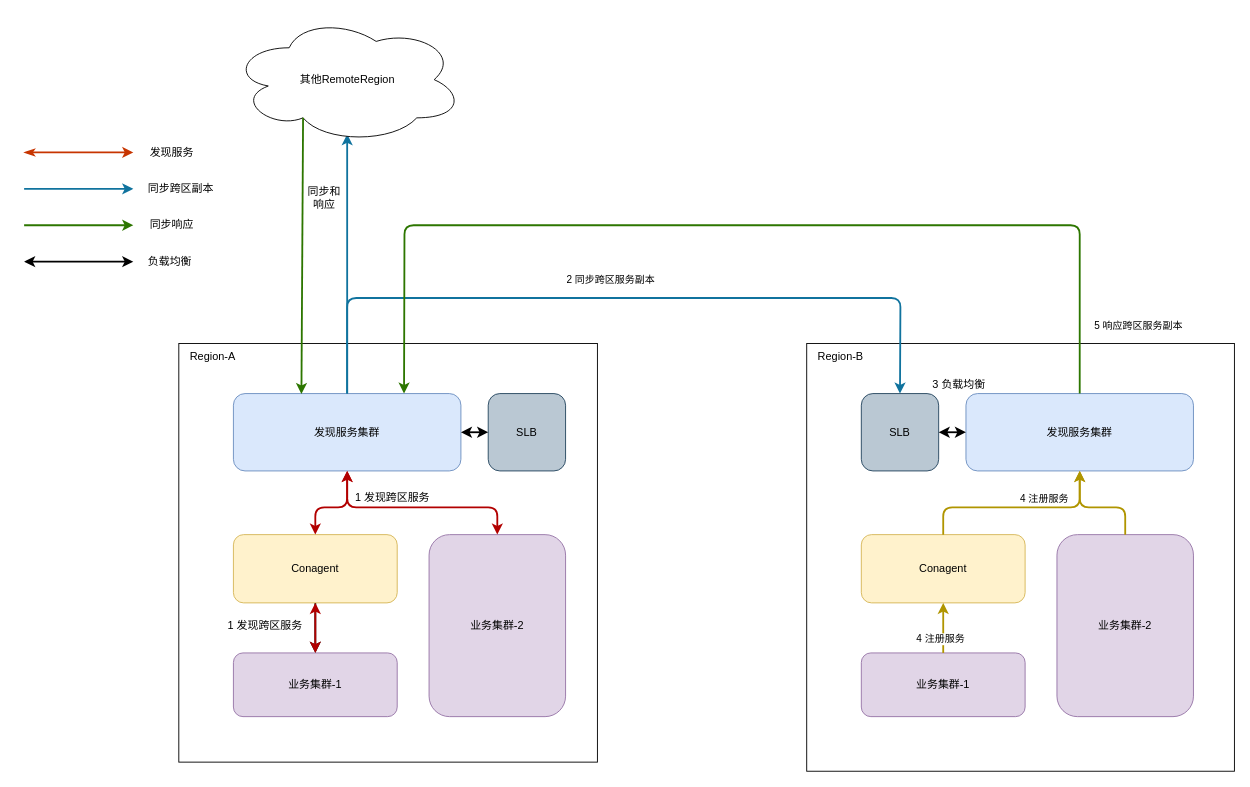
The draw.io diagram 同步跨区服务.drawio in Gred01/study, before the edit. Source tidied: cells renumbered, new cells numbered last; positions are measured from the earlier drawing's top-left corner, leaving out a move shared by most shapes. Both pictures are drawn from the tidied source at 91%, with x=0, y=0 at pixel (24, 15).
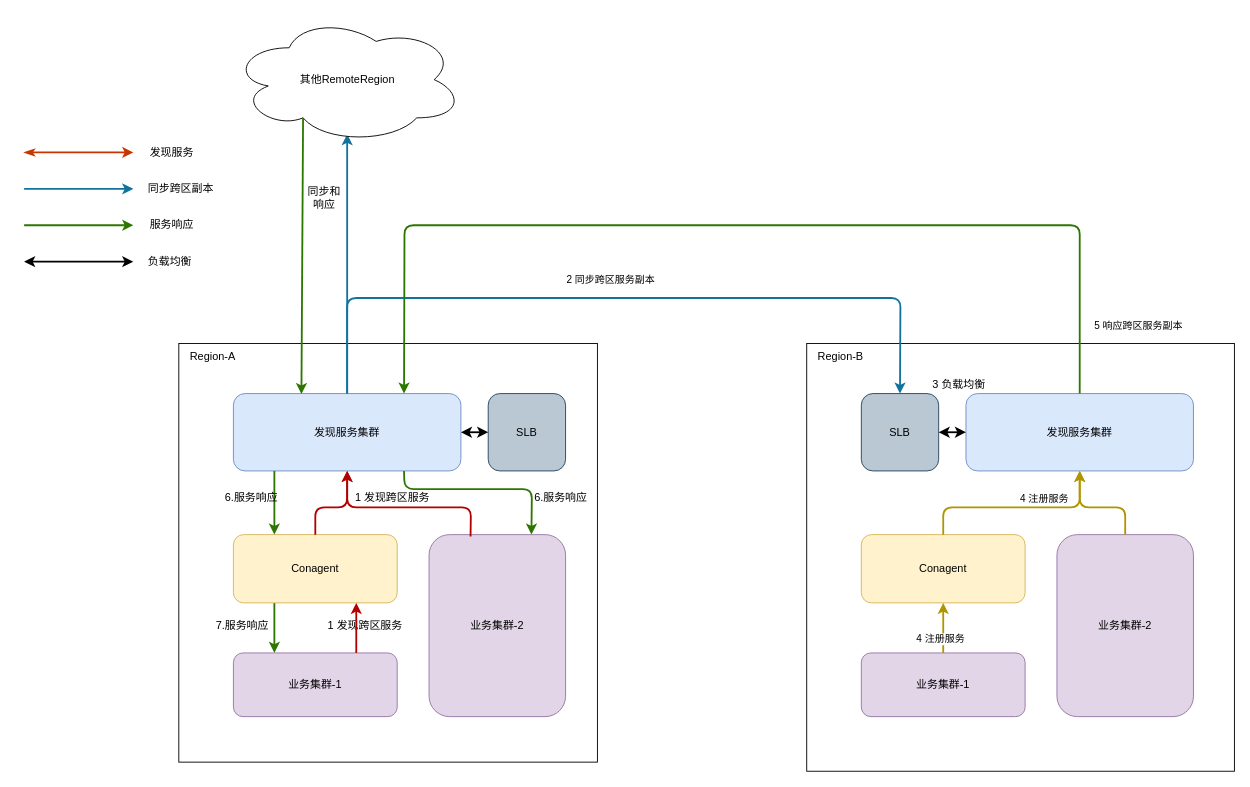
After the change.

Commit message:
Update 同步跨区服务.drawio

The change refers to these unchanged cells:
```xml
<mxCell id="3" value="发现服务集群" style="rounded=1;whiteSpace=wrap;html=1;fillColor=#dae8fc;strokeColor=#6c8ebf;" parent="1" vertex="1">
  <mxGeometry x="230" y="415" width="250" height="85" as="geometry" />
</mxCell>
<mxCell id="5" value="Conagent" style="rounded=1;whiteSpace=wrap;html=1;fillColor=#fff2cc;strokeColor=#d6b656;" parent="1" vertex="1">
  <mxGeometry x="230" y="570" width="180" height="75" as="geometry" />
</mxCell>
<mxCell id="6" value="业务集群-1" style="rounded=1;whiteSpace=wrap;html=1;fillColor=#e1d5e7;strokeColor=#9673a6;" parent="1" vertex="1">
  <mxGeometry x="230" y="700" width="180" height="70" as="geometry" />
</mxCell>
<mxCell id="7" value="&lt;span&gt;业务集群-2&lt;/span&gt;" style="rounded=1;whiteSpace=wrap;html=1;fillColor=#e1d5e7;strokeColor=#9673a6;" parent="1" vertex="1">
  <mxGeometry x="445" y="570" width="150" height="200" as="geometry" />
</mxCell>
```

What changed in the source:
```diff
@@
-    <mxCell id="4" style="edgeStyle=orthogonalEdgeStyle;rounded=0;jettySize=auto;html=1;startArrow=none;startFill=0;strokeWidth=2;" parent="1" edge="1" source="5" target="6">
+    <mxCell id="4" style="edgeStyle=orthogonalEdgeStyle;rounded=0;jettySize=auto;html=1;startArrow=none;startFill=0;strokeWidth=2;exitX=0.25;exitY=1;exitDx=0;exitDy=0;entryX=0.25;entryY=0;entryDx=0;entryDy=0;fillColor=#60a917;strokeColor=#2D7600;" parent="1" edge="1" source="5" target="6">
       <mxGeometry relative="1" as="geometry" />
     </mxCell>
@@
-    <mxCell id="10" style="endArrow=classic;startArrow=classic;html=1;exitX=0.5;exitY=0;exitDx=0;exitDy=0;entryX=0.5;entryY=1;entryDx=0;entryDy=0;strokeWidth=2;fillColor=#e51400;strokeColor=#B20000;" parent="1" edge="1" source="5" target="3">
+    <mxCell id="10" style="endArrow=classic;startArrow=none;html=1;exitX=0.5;exitY=0;exitDx=0;exitDy=0;entryX=0.5;entryY=1;entryDx=0;entryDy=0;strokeWidth=2;fillColor=#e51400;strokeColor=#B20000;startFill=0;" parent="1" edge="1" source="5" target="3">
       <mxGeometry relative="1" as="geometry">
         <Array as="points">
           <mxPoint x="320" y="540" />
           <mxPoint x="355" y="540" />
         </Array>
       </mxGeometry>
     </mxCell>
-    <mxCell id="11" style="endArrow=classic;startArrow=classic;html=1;entryX=0.5;entryY=0;entryDx=0;entryDy=0;exitX=0.5;exitY=1;exitDx=0;exitDy=0;strokeWidth=2;fillColor=#e51400;strokeColor=#B20000;" parent="1" edge="1" source="3" target="7">
-      <mxGeometry relative="1" as="geometry">
-        <Array as="points">
-          <mxPoint x="355" y="540" />
-          <mxPoint x="520" y="540" />
-        </Array>
-      </mxGeometry>
-    </mxCell>
@@
-    <mxCell id="27" style="endArrow=classic;startArrow=classic;html=1;strokeWidth=2;entryX=0.5;entryY=1;entryDx=0;entryDy=0;fillColor=#e51400;strokeColor=#B20000;" parent="1" edge="1" source="6" target="5">
-      <mxGeometry relative="1" as="geometry" />
-    </mxCell>
@@
-    <mxCell id="39" value="同步响应" style="text;html=1;strokeColor=none;fillColor=none;align=center;verticalAlign=middle;whiteSpace=wrap;rounded=0;" parent="1" vertex="1">
+    <mxCell id="39" value="服务响应" style="text;html=1;strokeColor=none;fillColor=none;align=center;verticalAlign=middle;whiteSpace=wrap;rounded=0;" parent="1" vertex="1">
       <mxGeometry x="135" y="220" width="55" height="20" as="geometry" />
     </mxCell>
@@
     <mxCell id="45" value="1 发现跨区服务" style="text;html=1;strokeColor=none;fillColor=none;align=center;verticalAlign=middle;whiteSpace=wrap;rounded=0;" parent="1" vertex="1">
-      <mxGeometry x="210" y="660" width="110" height="20" as="geometry" />
+      <mxGeometry x="320" y="660" width="110" height="20" as="geometry" />
     </mxCell>
+    <mxCell id="27" style="edgeStyle=orthogonalEdgeStyle;rounded=0;jettySize=auto;html=1;startArrow=none;startFill=0;strokeWidth=2;exitX=0.75;exitY=0;exitDx=0;exitDy=0;entryX=0.75;entryY=1;entryDx=0;entryDy=0;fillColor=#e51400;strokeColor=#B20000;" parent="1" edge="1" source="6" target="5">
+      <mxGeometry relative="1" as="geometry" />
+    </mxCell>
+    <mxCell id="46" style="endArrow=classic;startArrow=none;html=1;exitX=0.304;exitY=0.01;exitDx=0;exitDy=0;strokeWidth=2;fillColor=#e51400;strokeColor=#B20000;startFill=0;entryX=0.5;entryY=1;entryDx=0;entryDy=0;exitPerimeter=0;" parent="1" edge="1" source="7" target="3">
+      <mxGeometry relative="1" as="geometry">
+        <Array as="points">
+          <mxPoint x="491" y="540" />
+          <mxPoint x="355" y="540" />
+        </Array>
+      </mxGeometry>
+    </mxCell>
+    <mxCell id="47" style="endArrow=classic;html=1;strokeWidth=2;entryX=0.25;entryY=0;entryDx=0;entryDy=0;fillColor=#60a917;strokeColor=#2D7600;" parent="1" edge="1" target="5">
+      <mxGeometry relative="1" as="geometry">
+        <mxPoint x="275" y="500" as="sourcePoint" />
+      </mxGeometry>
+    </mxCell>
+    <mxCell id="11" style="endArrow=classic;html=1;strokeWidth=2;entryX=0.75;entryY=0;entryDx=0;entryDy=0;exitX=0.75;exitY=1;exitDx=0;exitDy=0;fillColor=#60a917;strokeColor=#2D7600;" parent="1" edge="1" source="3" target="7">
+      <mxGeometry relative="1" as="geometry">
+        <Array as="points">
+          <mxPoint x="418" y="520" />
+          <mxPoint x="558" y="520" />
+        </Array>
+      </mxGeometry>
+    </mxCell>
+    <mxCell id="48" value="6.服务响应" style="text;html=1;strokeColor=none;fillColor=none;align=center;verticalAlign=middle;whiteSpace=wrap;rounded=0;" parent="1" vertex="1">
+      <mxGeometry x="220" y="520" width="60" height="20" as="geometry" />
+    </mxCell>
+    <mxCell id="49" value="7.服务响应" style="text;html=1;strokeColor=none;fillColor=none;align=center;verticalAlign=middle;whiteSpace=wrap;rounded=0;" parent="1" vertex="1">
+      <mxGeometry x="210" y="660" width="60" height="20" as="geometry" />
+    </mxCell>
+    <mxCell id="50" value="6.服务响应" style="text;html=1;strokeColor=none;fillColor=none;align=center;verticalAlign=middle;whiteSpace=wrap;rounded=0;" parent="1" vertex="1">
+      <mxGeometry x="560" y="520" width="60" height="20" as="geometry" />
+    </mxCell>
```
